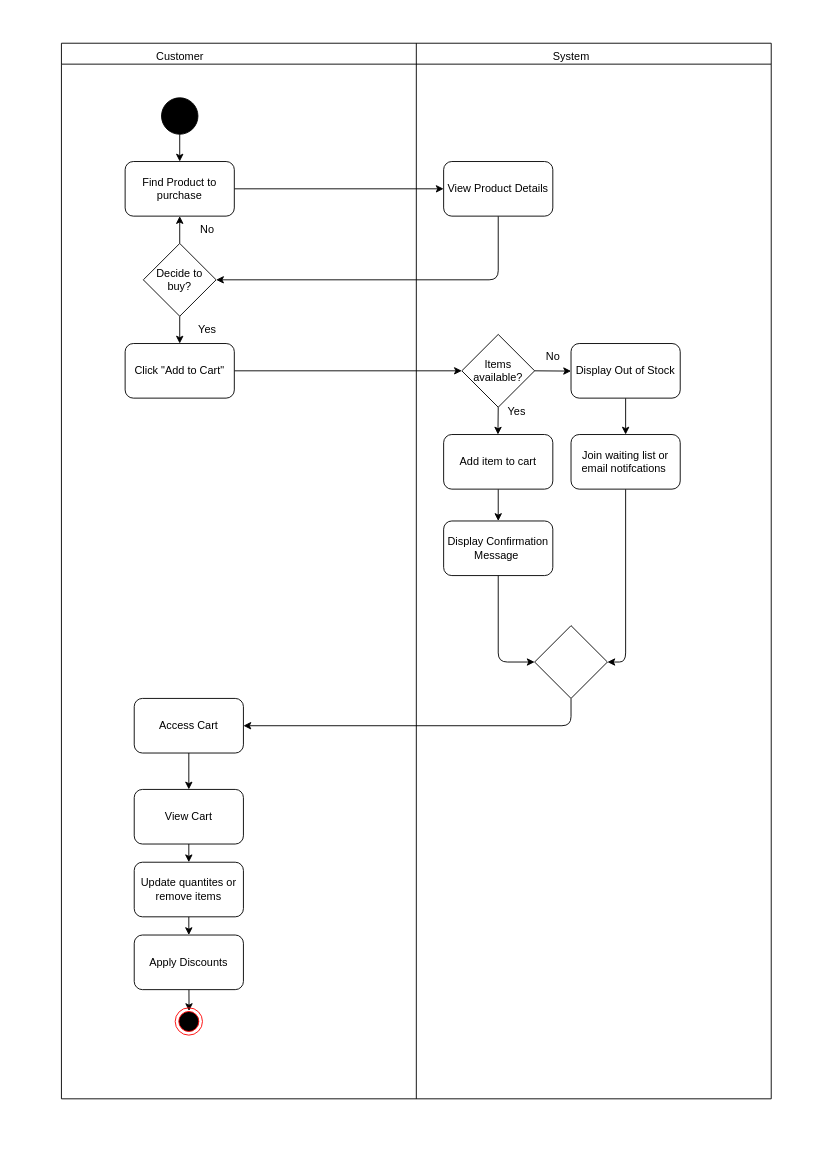
Before: proposal/submission/sec02/Allen/UC005/activity diagram.drawio in drshahizan/software-engineering, a draw.io diagram. Source tidied: cells renumbered, new cells numbered last; positions are measured from the earlier drawing's top-left corner, leaving out a move shared by most shapes. Both pictures are drawn from the tidied source at 91%, with x=0, y=0 at pixel (61, 43).
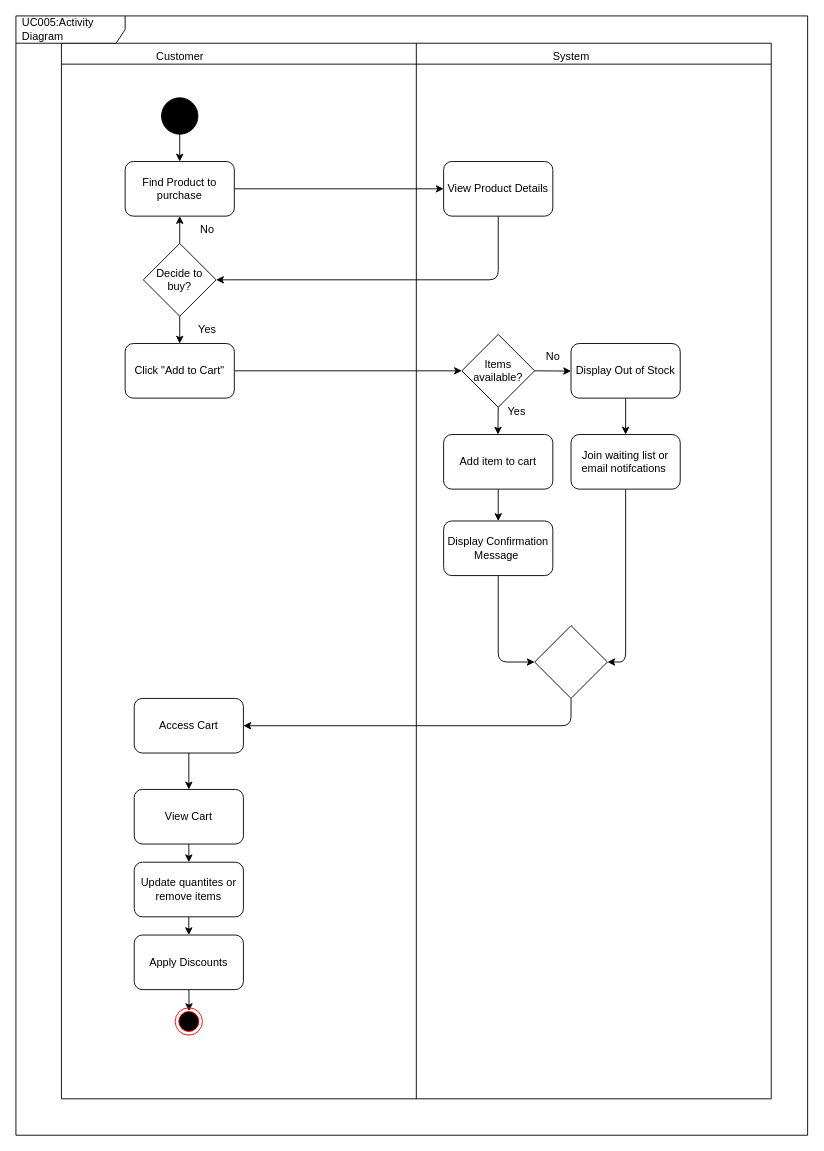
The same diagram, later.

Change to the diagram source:
```diff
@@
+    <mxCell id="44" value="UC005:Activity Diagram" style="shape=umlFrame;whiteSpace=wrap;html=1;width=120;height=30;boundedLbl=1;verticalAlign=middle;align=left;spacingLeft=5;" parent="1" vertex="1">
+      <mxGeometry x="-50" y="-30" width="870" height="1230" as="geometry" />
+    </mxCell>
```
